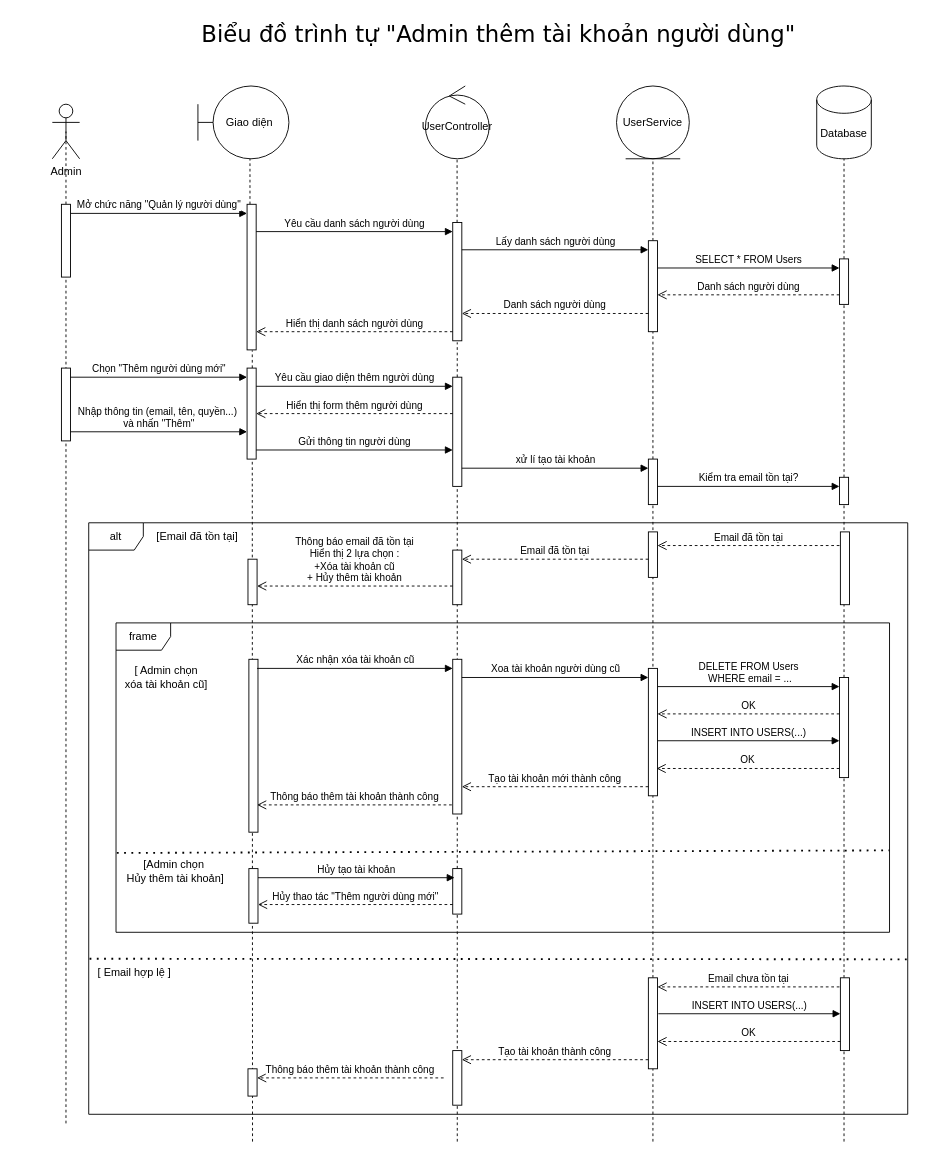
cuongceg/BTL-IT3120 keeps this draw.io diagram as Sequence diagram/User Management/admin_add_user.drawio. Above is the earlier version. Source tidied: cells renumbered, new cells numbered last; positions are measured from the earlier drawing's top-left corner, leaving out a move shared by most shapes. Both pictures are drawn from the tidied source at 91%, with x=0, y=0 at pixel (52, 15).
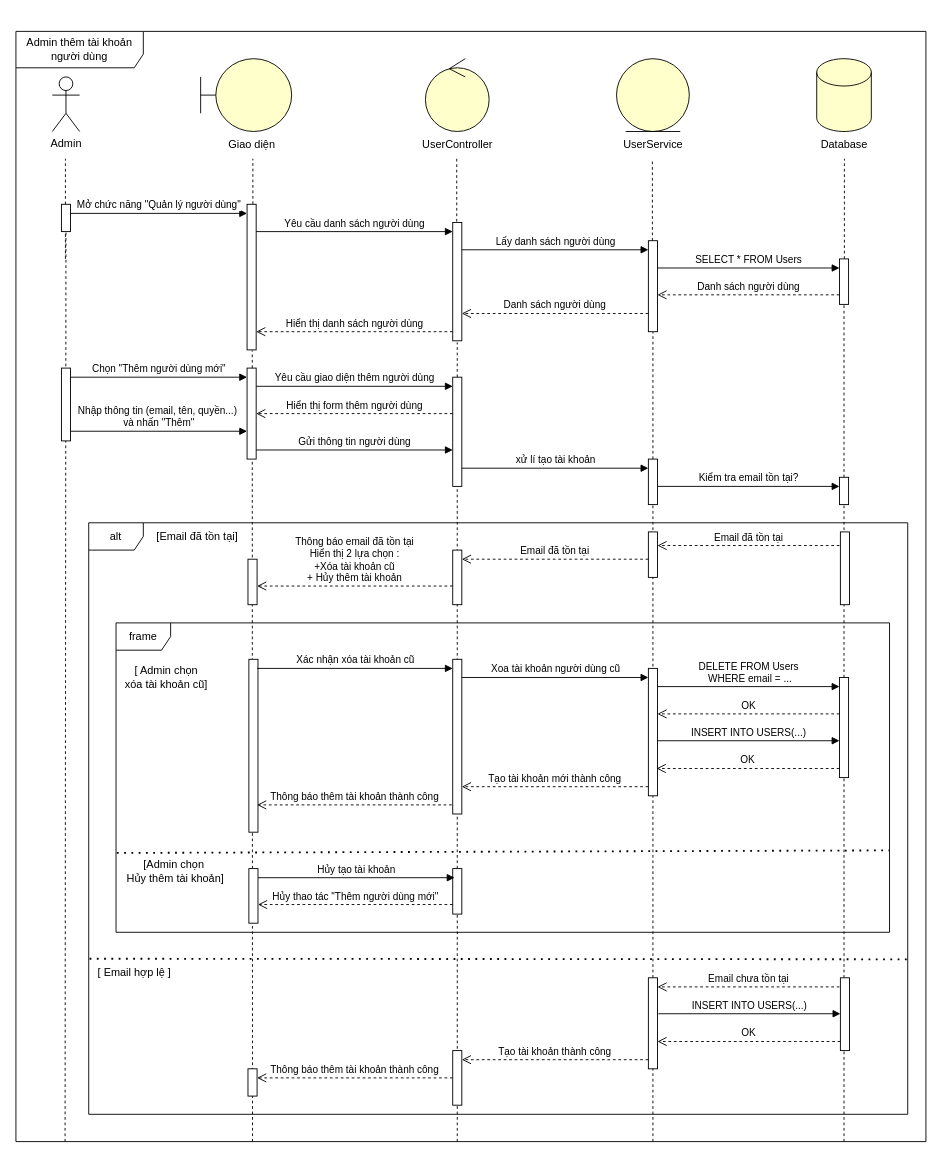
The same page after the edit.

Commit message:
Cập nhật admin_add_user.drawio

Unchanged cells that the change refers to:
```xml
<mxCell id="15" style="html=1;points=[[0,0,0,0,5],[0,1,0,0,-5],[1,0,0,0,5],[1,1,0,0,-5]];perimeter=orthogonalPerimeter;outlineConnect=0;targetShapes=umlLifeline;portConstraint=eastwest;newEdgeStyle={&quot;curved&quot;:0,&quot;rounded&quot;:0};" parent="1" vertex="1">
  <mxGeometry x="214" y="207" width="10" height="160" as="geometry" />
</mxCell>
<mxCell id="18" style="html=1;points=[[0,0,0,0,5],[0,1,0,0,-5],[1,0,0,0,5],[1,1,0,0,-5]];perimeter=orthogonalPerimeter;outlineConnect=0;targetShapes=umlLifeline;portConstraint=eastwest;newEdgeStyle={&quot;curved&quot;:0,&quot;rounded&quot;:0};" parent="1" vertex="1">
  <mxGeometry x="440" y="227" width="10" height="130" as="geometry" />
</mxCell>
<mxCell id="21" style="html=1;points=[[0,0,0,0,5],[0,1,0,0,-5],[1,0,0,0,5],[1,1,0,0,-5]];perimeter=orthogonalPerimeter;outlineConnect=0;targetShapes=umlLifeline;portConstraint=eastwest;newEdgeStyle={&quot;curved&quot;:0,&quot;rounded&quot;:0};" parent="1" vertex="1">
  <mxGeometry x="655" y="247" width="10" height="100" as="geometry" />
</mxCell>
<mxCell id="24" style="html=1;points=[[0,0,0,0,5],[0,1,0,0,-5],[1,0,0,0,5],[1,1,0,0,-5]];perimeter=orthogonalPerimeter;outlineConnect=0;targetShapes=umlLifeline;portConstraint=eastwest;newEdgeStyle={&quot;curved&quot;:0,&quot;rounded&quot;:0};" parent="1" vertex="1">
  <mxGeometry x="865" y="267" width="10" height="50" as="geometry" />
</mxCell>
<mxCell id="31" style="html=1;points=[[0,0,0,0,5],[0,1,0,0,-5],[1,0,0,0,5],[1,1,0,0,-5]];perimeter=orthogonalPerimeter;outlineConnect=0;targetShapes=umlLifeline;portConstraint=eastwest;newEdgeStyle={&quot;curved&quot;:0,&quot;rounded&quot;:0};" parent="1" vertex="1">
  <mxGeometry x="214" y="387" width="10" height="100" as="geometry" />
</mxCell>
<mxCell id="81" style="html=1;points=[[0,0,0,0,5],[0,1,0,0,-5],[1,0,0,0,5],[1,1,0,0,-5]];perimeter=orthogonalPerimeter;outlineConnect=0;targetShapes=umlLifeline;portConstraint=eastwest;newEdgeStyle={&quot;curved&quot;:0,&quot;rounded&quot;:0};" parent="1" vertex="1">
  <mxGeometry x="440" y="1137" width="10" height="60" as="geometry" />
</mxCell>
<mxCell id="83" style="html=1;points=[[0,0,0,0,5],[0,1,0,0,-5],[1,0,0,0,5],[1,1,0,0,-5]];perimeter=orthogonalPerimeter;outlineConnect=0;targetShapes=umlLifeline;portConstraint=eastwest;newEdgeStyle={&quot;curved&quot;:0,&quot;rounded&quot;:0};" parent="1" vertex="1">
  <mxGeometry x="215" y="1157" width="10" height="30" as="geometry" />
</mxCell>
```

The edit, as a diff of the source:
```diff
@@
     <mxCell id="2" value="Admin" style="shape=umlActor;verticalLabelPosition=bottom;verticalAlign=top;html=1;outlineConnect=0;" parent="1" vertex="1">
-      <mxGeometry y="97" width="30" height="60" as="geometry" />
+      <mxGeometry y="67" width="30" height="60" as="geometry" />
     </mxCell>
-    <mxCell id="3" style="endArrow=none;dashed=1;html=1;rounded=0;entryX=0.5;entryY=0.5;entryDx=0;entryDy=0;entryPerimeter=0;" parent="1" edge="1" source="13" target="2">
-      <mxGeometry relative="1" as="geometry" />
+    <mxCell id="3" style="endArrow=none;dashed=1;html=1;rounded=0;entryX=0.5;entryY=0.5;entryDx=0;entryDy=0;entryPerimeter=0;" parent="1" edge="1">
+      <mxGeometry relative="1" as="geometry">
+        <mxPoint x="14.4" y="267" as="sourcePoint" />
+        <mxPoint x="14.4" y="157" as="targetPoint" />
+      </mxGeometry>
     </mxCell>
-    <mxCell id="4" value="Giao diện&amp;nbsp;" style="shape=umlBoundary;whiteSpace=wrap;html=1;" parent="1" vertex="1">
-      <mxGeometry x="160" y="77" width="100" height="80" as="geometry" />
+    <mxCell id="4" style="shape=umlBoundary;whiteSpace=wrap;html=1;fillColor=light-dark(#FFFFCC,#FFFFCC);" parent="1" vertex="1">
+      <mxGeometry x="163" y="47" width="100" height="80" as="geometry" />
     </mxCell>
-    <mxCell id="5" style="endArrow=none;dashed=1;html=1;rounded=0;entryX=0.572;entryY=1.003;entryDx=0;entryDy=0;entryPerimeter=0;" parent="1" edge="1" source="15" target="4">
-      <mxGeometry relative="1" as="geometry" />
+    <mxCell id="5" style="endArrow=none;dashed=1;html=1;rounded=0;entryX=0.572;entryY=1.003;entryDx=0;entryDy=0;entryPerimeter=0;" parent="1" edge="1">
+      <mxGeometry relative="1" as="geometry">
+        <mxPoint x="220.4" y="236.8" as="sourcePoint" />
+        <mxPoint x="220.4" y="157" as="targetPoint" />
+      </mxGeometry>
     </mxCell>
-    <mxCell id="6" value="UserController" style="ellipse;shape=umlControl;whiteSpace=wrap;html=1;" parent="1" vertex="1">
-      <mxGeometry x="410" y="77" width="70" height="80" as="geometry" />
+    <mxCell id="6" style="ellipse;shape=umlControl;whiteSpace=wrap;html=1;fillColor=light-dark(#FFFFCC,#FFFFCC);" parent="1" vertex="1">
+      <mxGeometry x="410" y="47" width="70" height="80" as="geometry" />
     </mxCell>
-    <mxCell id="7" style="endArrow=none;dashed=1;html=1;rounded=0;entryX=0.497;entryY=1.013;entryDx=0;entryDy=0;entryPerimeter=0;" parent="1" edge="1" source="18" target="6">
-      <mxGeometry relative="1" as="geometry" />
+    <mxCell id="7" style="endArrow=none;dashed=1;html=1;rounded=0;entryX=0.497;entryY=1.013;entryDx=0;entryDy=0;entryPerimeter=0;" parent="1" edge="1">
+      <mxGeometry relative="1" as="geometry">
+        <mxPoint x="444.4" y="256" as="sourcePoint" />
+        <mxPoint x="444.4" y="157" as="targetPoint" />
+      </mxGeometry>
     </mxCell>
-    <mxCell id="8" value="UserService" style="ellipse;shape=umlEntity;whiteSpace=wrap;html=1;" parent="1" vertex="1">
-      <mxGeometry x="620" y="77" width="80" height="80" as="geometry" />
+    <mxCell id="8" style="ellipse;shape=umlEntity;whiteSpace=wrap;html=1;fillColor=light-dark(#FFFFCC,#FFFFCC);" parent="1" vertex="1">
+      <mxGeometry x="620" y="47" width="80" height="80" as="geometry" />
     </mxCell>
-    <mxCell id="9" value="Database" style="shape=cylinder3;whiteSpace=wrap;html=1;boundedLbl=1;backgroundOutline=1;size=15;" parent="1" vertex="1">
-      <mxGeometry x="840" y="77" width="60" height="80" as="geometry" />
+    <mxCell id="9" style="shape=cylinder3;whiteSpace=wrap;html=1;boundedLbl=1;backgroundOutline=1;size=15;fillColor=light-dark(#FFFFCC,#FFFFCC);" parent="1" vertex="1">
+      <mxGeometry x="840" y="47" width="60" height="80" as="geometry" />
     </mxCell>
-    <mxCell id="10" style="endArrow=none;dashed=1;html=1;rounded=0;entryX=0.5;entryY=1;entryDx=0;entryDy=0;" parent="1" edge="1" source="21" target="8">
-      <mxGeometry relative="1" as="geometry" />
+    <mxCell id="10" style="endArrow=none;dashed=1;html=1;rounded=0;entryX=0.5;entryY=1;entryDx=0;entryDy=0;" parent="1" edge="1">
+      <mxGeometry relative="1" as="geometry">
+        <mxPoint x="659.4" y="277" as="sourcePoint" />
+        <mxPoint x="659.4" y="157" as="targetPoint" />
+      </mxGeometry>
     </mxCell>
-    <mxCell id="11" style="endArrow=none;dashed=1;html=1;rounded=0;entryX=0.5;entryY=1;entryDx=0;entryDy=0;entryPerimeter=0;" parent="1" edge="1" source="24" target="9">
-      <mxGeometry relative="1" as="geometry" />
+    <mxCell id="11" style="endArrow=none;dashed=1;html=1;rounded=0;entryX=0.5;entryY=1;entryDx=0;entryDy=0;entryPerimeter=0;" parent="1" edge="1">
+      <mxGeometry relative="1" as="geometry">
+        <mxPoint x="870.4" y="297" as="sourcePoint" />
+        <mxPoint x="870.4" y="157" as="targetPoint" />
+      </mxGeometry>
     </mxCell>
-    <mxCell id="12" style="endArrow=none;dashed=1;html=1;rounded=0;entryX=0.5;entryY=0.5;entryDx=0;entryDy=0;entryPerimeter=0;" parent="1" edge="1" target="13">
-      <mxGeometry relative="1" as="geometry">
-        <mxPoint x="15" y="1217" as="sourcePoint" />
-      </mxGeometry>
+    <mxCell id="12" style="endArrow=none;dashed=1;html=1;rounded=0;entryX=0.5;entryY=0.5;entryDx=0;entryDy=0;entryPerimeter=0;exitX=0.054;exitY=1;exitDx=0;exitDy=0;exitPerimeter=0;" parent="1" edge="1" source="90" target="13">
+      <mxGeometry relative="1" as="geometry" />
     </mxCell>
     <mxCell id="13" style="html=1;points=[[0,0,0,0,5],[0,1,0,0,-5],[1,0,0,0,5],[1,1,0,0,-5]];perimeter=orthogonalPerimeter;outlineConnect=0;targetShapes=umlLifeline;portConstraint=eastwest;newEdgeStyle={&quot;curved&quot;:0,&quot;rounded&quot;:0};" parent="1" vertex="1">
-      <mxGeometry x="10" y="207" width="10" height="80" as="geometry" />
+      <mxGeometry x="10" y="207" width="10" height="30" as="geometry" />
     </mxCell>
@@
-    <mxCell id="39" value="Nhập thông tin (email, tên, quyền...)&amp;nbsp;&lt;div&gt;và nhấn &quot;Thêm&quot;&lt;/div&gt;" style="html=1;verticalAlign=bottom;endArrow=block;curved=0;rounded=0;" parent="1" edge="1" target="31">
+    <mxCell id="39" value="Nhập thông tin (email, tên, quyền...)&amp;nbsp;&lt;div&gt;và nhấn &quot;Thêm&quot;&lt;/div&gt;" style="html=1;verticalAlign=bottom;endArrow=block;curved=0;rounded=0;" parent="1" edge="1">
       <mxGeometry relative="1" as="geometry">
-        <mxPoint x="20" y="457" as="sourcePoint" />
+        <mxPoint x="20" y="456.4" as="sourcePoint" />
+        <mxPoint x="214" y="456.4" as="targetPoint" />
       </mxGeometry>
     </mxCell>
@@
-    <mxCell id="84" value="Thông báo thêm tài khoản thành công" style="html=1;verticalAlign=bottom;endArrow=open;dashed=1;endSize=8;curved=0;rounded=0;" parent="1" edge="1" target="83">
-      <mxGeometry relative="1" as="geometry">
-        <mxPoint x="430" y="1167" as="sourcePoint" />
-      </mxGeometry>
+    <mxCell id="84" value="Thông báo thêm tài khoản thành công" style="html=1;verticalAlign=bottom;endArrow=open;dashed=1;endSize=8;curved=0;rounded=0;" parent="1" edge="1" source="81" target="83">
+      <mxGeometry relative="1" as="geometry" />
     </mxCell>
-    <mxCell id="85" value="Biểu đồ trình tự &quot;Admin thêm tài khoản người dùng&quot;" style="text;html=1;align=center;verticalAlign=middle;strokeColor=none;fillColor=none;fontSize=25;fontFamily=Verdana;" parent="1" vertex="1">
-      <mxGeometry x="150" width="680" height="40" as="geometry" />
-    </mxCell>
+    <mxCell id="86" value="Giao diện" style="text;html=1;align=center;verticalAlign=middle;strokeColor=none;fillColor=none;" parent="1" vertex="1">
+      <mxGeometry x="184" y="127" width="70" height="30" as="geometry" />
+    </mxCell>
+    <mxCell id="87" value="&lt;span style=&quot;text-wrap-mode: wrap;&quot;&gt;UserController&lt;/span&gt;" style="text;html=1;align=center;verticalAlign=middle;strokeColor=none;fillColor=none;" parent="1" vertex="1">
+      <mxGeometry x="395" y="127" width="100" height="30" as="geometry" />
+    </mxCell>
+    <mxCell id="88" value="&lt;span style=&quot;text-wrap-mode: wrap;&quot;&gt;UserService&lt;/span&gt;" style="text;html=1;align=center;verticalAlign=middle;strokeColor=none;fillColor=none;" parent="1" vertex="1">
+      <mxGeometry x="615" y="127" width="90" height="30" as="geometry" />
+    </mxCell>
+    <mxCell id="89" value="&lt;span style=&quot;text-wrap-mode: wrap;&quot;&gt;Database&lt;/span&gt;" style="text;html=1;align=center;verticalAlign=middle;strokeColor=none;fillColor=none;" parent="1" vertex="1">
+      <mxGeometry x="835" y="127" width="70" height="30" as="geometry" />
+    </mxCell>
+    <mxCell id="90" value="Admin thêm tài khoản người dùng" style="shape=umlFrame;whiteSpace=wrap;html=1;width=140;height=40;" parent="1" vertex="1">
+      <mxGeometry x="-40" y="17" width="1000" height="1220" as="geometry" />
+    </mxCell>
```
